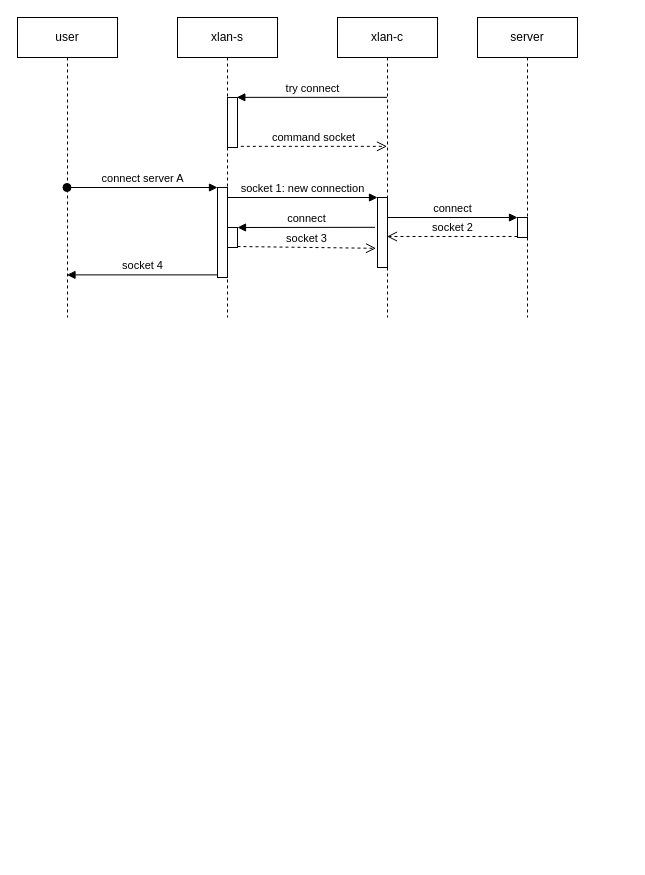
Above: doc/flow.drawio in isayme/go-xlan (draw.io), before the change. Source tidied: cells renumbered, new cells numbered last; positions are measured from the earlier drawing's top-left corner, leaving out a move shared by most shapes. Both pictures are drawn from the tidied source at 100%, with x=0, y=0 at pixel (17, 17).
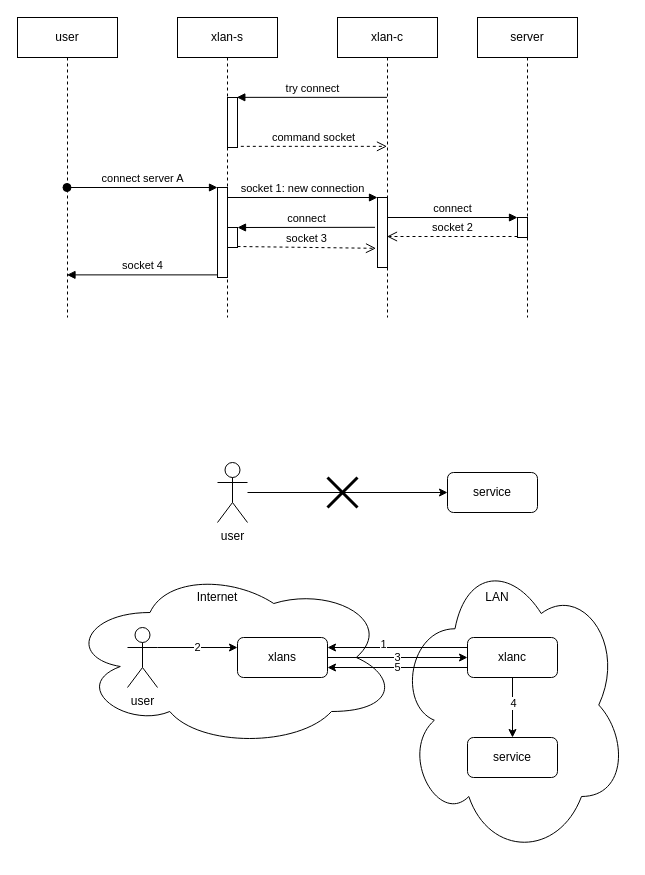
Above is the later version.

Diff of the diagram source:
```diff
@@
+    <mxCell id="20" style="ellipse;shape=cloud;whiteSpace=wrap;html=1;" parent="1" vertex="1">
+      <mxGeometry x="380" y="535" width="230" height="305" as="geometry" />
+    </mxCell>
+    <mxCell id="21" style="ellipse;shape=cloud;whiteSpace=wrap;html=1;" parent="1" vertex="1">
+      <mxGeometry x="50" y="550" width="330" height="180" as="geometry" />
+    </mxCell>
@@
+    <mxCell id="22" style="edgeStyle=orthogonalEdgeStyle;rounded=0;jettySize=auto;html=1;entryX=0;entryY=0.5;entryDx=0;entryDy=0;" parent="1" edge="1" source="23" target="26">
+      <mxGeometry relative="1" as="geometry" />
+    </mxCell>
+    <mxCell id="23" value="user" style="shape=umlActor;verticalLabelPosition=bottom;labelBackgroundColor=#ffffff;verticalAlign=top;html=1;" parent="1" vertex="1">
+      <mxGeometry x="200" y="445" width="30" height="60" as="geometry" />
+    </mxCell>
+    <mxCell id="24" value="2" style="edgeStyle=orthogonalEdgeStyle;rounded=0;jettySize=auto;html=1;entryX=0;entryY=0.25;entryDx=0;entryDy=0;exitX=1;exitY=0.3333333333333333;exitDx=0;exitDy=0;exitPerimeter=0;" parent="1" edge="1" source="25" target="29">
+      <mxGeometry relative="1" as="geometry" />
+    </mxCell>
+    <mxCell id="25" value="user" style="shape=umlActor;verticalLabelPosition=bottom;labelBackgroundColor=#ffffff;verticalAlign=top;html=1;" parent="1" vertex="1">
+      <mxGeometry x="110" y="610" width="30" height="60" as="geometry" />
+    </mxCell>
+    <mxCell id="26" value="service" style="rounded=1;whiteSpace=wrap;html=1;" parent="1" vertex="1">
+      <mxGeometry x="430" y="455" width="90" height="40" as="geometry" />
+    </mxCell>
+    <mxCell id="27" style="shape=umlDestroy;whiteSpace=wrap;html=1;strokeWidth=3;" parent="1" vertex="1">
+      <mxGeometry x="310" y="460" width="30" height="30" as="geometry" />
+    </mxCell>
+    <mxCell id="28" value="3" style="edgeStyle=orthogonalEdgeStyle;rounded=0;jettySize=auto;html=1;entryX=0;entryY=0.5;entryDx=0;entryDy=0;" parent="1" edge="1" source="29" target="35">
+      <mxGeometry relative="1" as="geometry" />
+    </mxCell>
+    <mxCell id="29" value="xlans" style="rounded=1;whiteSpace=wrap;html=1;" parent="1" vertex="1">
+      <mxGeometry x="220" y="620" width="90" height="40" as="geometry" />
+    </mxCell>
+    <mxCell id="30" style="edgeStyle=orthogonalEdgeStyle;rounded=0;jettySize=auto;html=1;exitX=0;exitY=0.25;exitDx=0;exitDy=0;entryX=1;entryY=0.25;entryDx=0;entryDy=0;" parent="1" edge="1" source="35" target="29">
+      <mxGeometry relative="1" as="geometry" />
+    </mxCell>
+    <mxCell id="31" value="1" style="edgeLabel;html=1;align=center;verticalAlign=middle;" parent="30" vertex="1">
+      <mxGeometry x="0.22" y="-4" relative="1" as="geometry" />
+    </mxCell>
+    <mxCell id="32" value="5" style="edgeStyle=orthogonalEdgeStyle;rounded=0;jettySize=auto;html=1;exitX=0;exitY=0.75;exitDx=0;exitDy=0;entryX=1;entryY=0.75;entryDx=0;entryDy=0;" parent="1" edge="1" source="35" target="29">
+      <mxGeometry relative="1" as="geometry" />
+    </mxCell>
+    <mxCell id="33" style="edgeStyle=orthogonalEdgeStyle;rounded=0;jettySize=auto;html=1;exitX=0.5;exitY=1;exitDx=0;exitDy=0;entryX=0.5;entryY=0;entryDx=0;entryDy=0;" parent="1" edge="1" source="35" target="36">
+      <mxGeometry relative="1" as="geometry" />
+    </mxCell>
+    <mxCell id="34" value="4" style="edgeLabel;html=1;align=center;verticalAlign=middle;" parent="33" vertex="1">
+      <mxGeometry x="-0.16" relative="1" as="geometry" />
+    </mxCell>
+    <mxCell id="35" value="xlanc" style="rounded=1;whiteSpace=wrap;html=1;" parent="1" vertex="1">
+      <mxGeometry x="450" y="620" width="90" height="40" as="geometry" />
+    </mxCell>
+    <mxCell id="36" value="service" style="rounded=1;whiteSpace=wrap;html=1;" parent="1" vertex="1">
+      <mxGeometry x="450" y="720" width="90" height="40" as="geometry" />
+    </mxCell>
+    <mxCell id="37" value="Internet" style="text;html=1;strokeColor=none;fillColor=none;align=center;verticalAlign=middle;whiteSpace=wrap;rounded=0;" parent="1" vertex="1">
+      <mxGeometry x="180" y="570" width="40" height="20" as="geometry" />
+    </mxCell>
+    <mxCell id="38" value="LAN" style="text;html=1;strokeColor=none;fillColor=none;align=center;verticalAlign=middle;whiteSpace=wrap;rounded=0;" parent="1" vertex="1">
+      <mxGeometry x="460" y="570" width="40" height="20" as="geometry" />
+    </mxCell>
```
